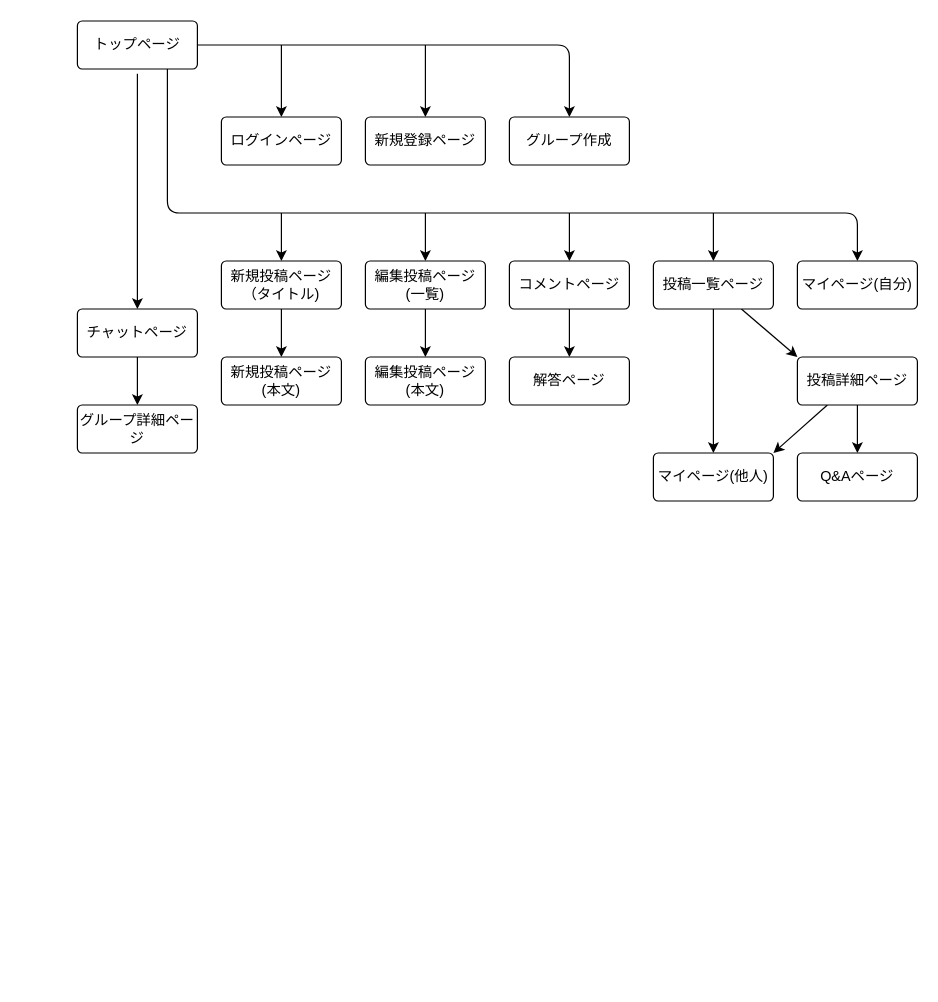
Before: PageTransition.dio in xcattleyax/free-seeker, a draw.io diagram. Source tidied: cells renumbered, new cells numbered last; positions are measured from the earlier drawing's top-left corner, leaving out a move shared by most shapes. Both pictures are drawn from the tidied source at 120%, with x=0, y=0 at pixel (77, 20).
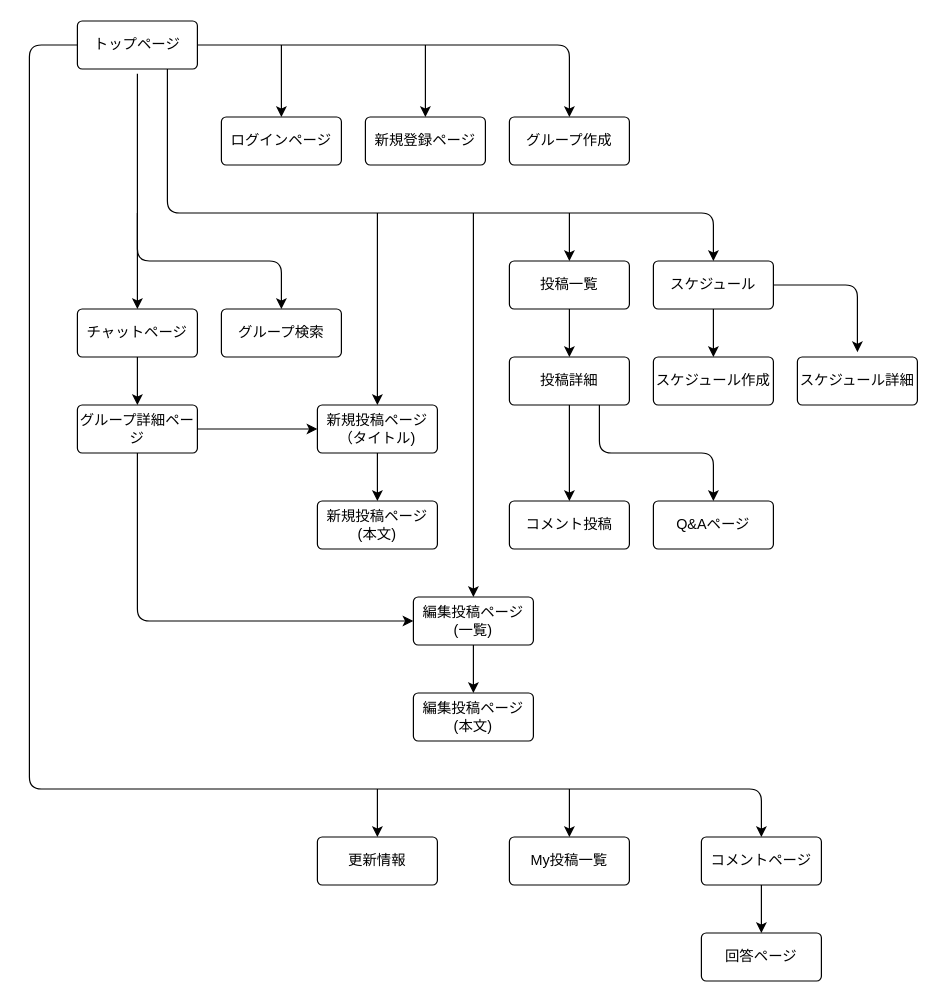
The same diagram, later.

The change refers to these unchanged cells:
```xml
<mxCell id="10" value="トップページ" style="rounded=1;arcSize=10;whiteSpace=wrap;html=1;align=center;" parent="1" vertex="1">
  <mxGeometry width="100" height="40" as="geometry" />
</mxCell>
<mxCell id="16" value="チャットページ" style="rounded=1;arcSize=10;whiteSpace=wrap;html=1;align=center;" parent="1" vertex="1">
  <mxGeometry y="240" width="100" height="40" as="geometry" />
</mxCell>
<mxCell id="35" value="グループ詳細ページ" style="rounded=1;arcSize=10;whiteSpace=wrap;html=1;align=center;" parent="1" vertex="1">
  <mxGeometry y="320" width="100" height="40" as="geometry" />
</mxCell>
```

Diff of the diagram source:
```diff
@@
-    <mxCell id="5" style="edgeStyle=none;html=1;entryX=0.5;entryY=0;entryDx=0;entryDy=0;" parent="1" edge="1" target="16">
+    <mxCell id="5" style="edgeStyle=none;html=1;entryX=0.5;entryY=0;entryDx=0;entryDy=0;" parent="1" edge="1" target="44">
       <mxGeometry relative="1" as="geometry">
         <mxPoint x="50" y="44" as="sourcePoint" />
+        <Array as="points">
+          <mxPoint x="50" y="200" />
+          <mxPoint x="170" y="200" />
+        </Array>
       </mxGeometry>
     </mxCell>
-    <mxCell id="6" style="edgeStyle=none;html=1;entryX=0.5;entryY=0;entryDx=0;entryDy=0;exitX=0.75;exitY=1;exitDx=0;exitDy=0;" parent="1" edge="1" source="10" target="30">
-      <mxGeometry relative="1" as="geometry">
-        <Array as="points">
-          <mxPoint x="75" y="160" />
-          <mxPoint x="650" y="160" />
-        </Array>
-      </mxGeometry>
-    </mxCell>
     <mxCell id="7" style="edgeStyle=none;html=1;entryX=0.5;entryY=0;entryDx=0;entryDy=0;" parent="1" edge="1" target="14">
       <mxGeometry relative="1" as="geometry">
-        <mxPoint x="170" y="160" as="sourcePoint" />
+        <mxPoint x="250" y="160" as="sourcePoint" />
       </mxGeometry>
     </mxCell>
     <mxCell id="8" style="edgeStyle=none;html=1;entryX=0.5;entryY=0;entryDx=0;entryDy=0;" parent="1" edge="1" target="18">
       <mxGeometry relative="1" as="geometry">
-        <mxPoint x="290" y="160" as="sourcePoint" />
+        <mxPoint x="330" y="160" as="sourcePoint" />
       </mxGeometry>
     </mxCell>
@@
+    <mxCell id="36" style="edgeStyle=none;html=1;exitX=0.75;exitY=1;exitDx=0;exitDy=0;entryX=0.5;entryY=0;entryDx=0;entryDy=0;" parent="1" edge="1" source="10" target="24">
+      <mxGeometry relative="1" as="geometry">
+        <Array as="points">
+          <mxPoint x="75" y="160" />
+          <mxPoint x="530" y="160" />
+        </Array>
+      </mxGeometry>
+    </mxCell>
+    <mxCell id="37" style="edgeStyle=none;html=1;entryX=0.5;entryY=0;entryDx=0;entryDy=0;" parent="1" edge="1" source="10" target="51">
+      <mxGeometry relative="1" as="geometry">
+        <Array as="points">
+          <mxPoint x="-40" y="20" />
+          <mxPoint x="-40" y="640" />
+          <mxPoint x="570" y="640" />
+        </Array>
+      </mxGeometry>
+    </mxCell>
@@
     <mxCell id="14" value="新規投稿ページ（タイトル)" style="rounded=1;arcSize=10;whiteSpace=wrap;html=1;align=center;" parent="1" vertex="1">
-      <mxGeometry x="120" y="200" width="100" height="40" as="geometry" />
+      <mxGeometry x="200" y="320" width="100" height="40" as="geometry" />
     </mxCell>
@@
+    <mxCell id="38" style="edgeStyle=none;html=1;entryX=0.5;entryY=0;entryDx=0;entryDy=0;" parent="1" edge="1" target="16">
+      <mxGeometry relative="1" as="geometry">
+        <mxPoint x="50" y="160" as="sourcePoint" />
+      </mxGeometry>
+    </mxCell>
@@
     <mxCell id="18" value="編集投稿ページ(一覧)" style="rounded=1;arcSize=10;whiteSpace=wrap;html=1;align=center;" parent="1" vertex="1">
-      <mxGeometry x="240" y="200" width="100" height="40" as="geometry" />
+      <mxGeometry x="280" y="480" width="100" height="40" as="geometry" />
     </mxCell>
@@
-    <mxCell id="20" value="コメントページ" style="rounded=1;arcSize=10;whiteSpace=wrap;html=1;align=center;" parent="1" vertex="1">
+    <mxCell id="20" value="投稿一覧" style="rounded=1;arcSize=10;whiteSpace=wrap;html=1;align=center;" parent="1" vertex="1">
       <mxGeometry x="360" y="200" width="100" height="40" as="geometry" />
     </mxCell>
-    <mxCell id="21" style="edgeStyle=none;html=1;entryX=0;entryY=0;entryDx=0;entryDy=0;" parent="1" edge="1" source="24" target="27">
-      <mxGeometry relative="1" as="geometry" />
+    <mxCell id="21" style="edgeStyle=none;html=1;" parent="1" edge="1" source="24">
+      <mxGeometry relative="1" as="geometry">
+        <mxPoint x="530" y="280" as="targetPoint" />
+      </mxGeometry>
     </mxCell>
-    <mxCell id="22" style="edgeStyle=none;html=1;endArrow=classic;endFill=1;entryX=0.5;entryY=0;entryDx=0;entryDy=0;" parent="1" edge="1" target="24">
-      <mxGeometry relative="1" as="geometry">
-        <mxPoint x="530" y="160" as="sourcePoint" />
-      </mxGeometry>
-    </mxCell>
-    <mxCell id="23" style="edgeStyle=none;html=1;entryX=0.5;entryY=0;entryDx=0;entryDy=0;endArrow=classic;endFill=1;" parent="1" edge="1" source="24" target="33">
-      <mxGeometry relative="1" as="geometry" />
-    </mxCell>
+    <mxCell id="39" style="edgeStyle=none;html=1;" parent="1" edge="1" source="24">
+      <mxGeometry relative="1" as="geometry">
+        <mxPoint x="650" y="276" as="targetPoint" />
+        <Array as="points">
+          <mxPoint x="650" y="220" />
+        </Array>
+      </mxGeometry>
+    </mxCell>
-    <mxCell id="24" value="投稿一覧ページ" style="rounded=1;arcSize=10;whiteSpace=wrap;html=1;align=center;" parent="1" vertex="1">
+    <mxCell id="24" value="スケジュール" style="rounded=1;arcSize=10;whiteSpace=wrap;html=1;align=center;" parent="1" vertex="1">
       <mxGeometry x="480" y="200" width="100" height="40" as="geometry" />
     </mxCell>
-    <mxCell id="25" style="edgeStyle=none;html=1;entryX=0.5;entryY=0;entryDx=0;entryDy=0;" parent="1" edge="1" source="27" target="29">
-      <mxGeometry relative="1" as="geometry" />
+    <mxCell id="25" style="edgeStyle=none;html=1;entryX=0.5;entryY=0;entryDx=0;entryDy=0;exitX=0.75;exitY=1;exitDx=0;exitDy=0;" parent="1" edge="1" source="28" target="29">
+      <mxGeometry relative="1" as="geometry">
+        <Array as="points">
+          <mxPoint x="435" y="360" />
+          <mxPoint x="530" y="360" />
+        </Array>
+      </mxGeometry>
     </mxCell>
-    <mxCell id="26" style="edgeStyle=none;html=1;entryX=1;entryY=0;entryDx=0;entryDy=0;endArrow=classic;endFill=1;exitX=0.25;exitY=1;exitDx=0;exitDy=0;" parent="1" edge="1" source="27" target="33">
-      <mxGeometry relative="1" as="geometry" />
-    </mxCell>
+    <mxCell id="40" style="edgeStyle=none;html=1;entryX=0.5;entryY=0;entryDx=0;entryDy=0;exitX=0.5;exitY=1;exitDx=0;exitDy=0;" parent="1" edge="1" source="28" target="43">
+      <mxGeometry relative="1" as="geometry" />
+    </mxCell>
-    <mxCell id="27" value="投稿詳細ページ" style="rounded=1;arcSize=10;whiteSpace=wrap;html=1;align=center;" parent="1" vertex="1">
+    <mxCell id="27" value="スケジュール詳細" style="rounded=1;arcSize=10;whiteSpace=wrap;html=1;align=center;" parent="1" vertex="1">
       <mxGeometry x="600" y="280" width="100" height="40" as="geometry" />
     </mxCell>
-    <mxCell id="28" value="解答ページ" style="rounded=1;arcSize=10;whiteSpace=wrap;html=1;align=center;" parent="1" vertex="1">
+    <mxCell id="28" value="投稿詳細" style="rounded=1;arcSize=10;whiteSpace=wrap;html=1;align=center;" parent="1" vertex="1">
       <mxGeometry x="360" y="280" width="100" height="40" as="geometry" />
     </mxCell>
     <mxCell id="29" value="Q&amp;amp;Aページ" style="rounded=1;arcSize=10;whiteSpace=wrap;html=1;align=center;" parent="1" vertex="1">
-      <mxGeometry x="600" y="360" width="100" height="40" as="geometry" />
+      <mxGeometry x="480" y="400" width="100" height="40" as="geometry" />
     </mxCell>
-    <mxCell id="30" value="マイページ(自分)" style="rounded=1;arcSize=10;whiteSpace=wrap;html=1;align=center;" parent="1" vertex="1">
-      <mxGeometry x="600" y="200" width="100" height="40" as="geometry" />
-    </mxCell>
     <mxCell id="31" value="新規投稿ページ(本文)" style="rounded=1;arcSize=10;whiteSpace=wrap;html=1;align=center;" parent="1" vertex="1">
-      <mxGeometry x="120" y="280" width="100" height="40" as="geometry" />
+      <mxGeometry x="200" y="400" width="100" height="40" as="geometry" />
     </mxCell>
     <mxCell id="32" value="編集投稿ページ(本文)" style="rounded=1;arcSize=10;whiteSpace=wrap;html=1;align=center;" parent="1" vertex="1">
-      <mxGeometry x="240" y="280" width="100" height="40" as="geometry" />
+      <mxGeometry x="280" y="560" width="100" height="40" as="geometry" />
     </mxCell>
-    <mxCell id="33" value="マイページ(他人)" style="rounded=1;arcSize=10;whiteSpace=wrap;html=1;align=center;" parent="1" vertex="1">
-      <mxGeometry x="480" y="360" width="100" height="40" as="geometry" />
-    </mxCell>
@@
+    <mxCell id="41" style="edgeStyle=none;html=1;entryX=0;entryY=0.5;entryDx=0;entryDy=0;" parent="1" edge="1" source="35" target="14">
+      <mxGeometry relative="1" as="geometry" />
+    </mxCell>
+    <mxCell id="42" style="edgeStyle=none;html=1;entryX=0;entryY=0.5;entryDx=0;entryDy=0;" parent="1" edge="1" source="35" target="18">
+      <mxGeometry relative="1" as="geometry">
+        <Array as="points">
+          <mxPoint x="50" y="500" />
+        </Array>
+      </mxGeometry>
+    </mxCell>
@@
+    <mxCell id="43" value="コメント投稿" style="rounded=1;arcSize=10;whiteSpace=wrap;html=1;align=center;" parent="1" vertex="1">
+      <mxGeometry x="360" y="400" width="100" height="40" as="geometry" />
+    </mxCell>
+    <mxCell id="44" value="グループ検索" style="rounded=1;arcSize=10;whiteSpace=wrap;html=1;align=center;" parent="1" vertex="1">
+      <mxGeometry x="120" y="240" width="100" height="40" as="geometry" />
+    </mxCell>
+    <mxCell id="45" value="スケジュール作成" style="rounded=1;arcSize=10;whiteSpace=wrap;html=1;align=center;" parent="1" vertex="1">
+      <mxGeometry x="480" y="280" width="100" height="40" as="geometry" />
+    </mxCell>
+    <mxCell id="46" style="edgeStyle=none;html=1;entryX=0.5;entryY=0;entryDx=0;entryDy=0;" parent="1" edge="1" target="47">
+      <mxGeometry relative="1" as="geometry">
+        <mxPoint x="250" y="640" as="sourcePoint" />
+      </mxGeometry>
+    </mxCell>
+    <mxCell id="47" value="更新情報" style="rounded=1;arcSize=10;whiteSpace=wrap;html=1;align=center;" parent="1" vertex="1">
+      <mxGeometry x="200" y="680" width="100" height="40" as="geometry" />
+    </mxCell>
+    <mxCell id="48" style="edgeStyle=none;html=1;entryX=0.5;entryY=0;entryDx=0;entryDy=0;" parent="1" edge="1" target="49">
+      <mxGeometry relative="1" as="geometry">
+        <mxPoint x="410" y="640" as="sourcePoint" />
+      </mxGeometry>
+    </mxCell>
+    <mxCell id="49" value="My投稿一覧" style="rounded=1;arcSize=10;whiteSpace=wrap;html=1;align=center;" parent="1" vertex="1">
+      <mxGeometry x="360" y="680" width="100" height="40" as="geometry" />
+    </mxCell>
+    <mxCell id="50" style="edgeStyle=none;html=1;entryX=0.5;entryY=0;entryDx=0;entryDy=0;" parent="1" edge="1" source="51" target="52">
+      <mxGeometry relative="1" as="geometry" />
+    </mxCell>
+    <mxCell id="51" value="コメントページ" style="rounded=1;arcSize=10;whiteSpace=wrap;html=1;align=center;" parent="1" vertex="1">
+      <mxGeometry x="520" y="680" width="100" height="40" as="geometry" />
+    </mxCell>
+    <mxCell id="52" value="回答ページ" style="rounded=1;arcSize=10;whiteSpace=wrap;html=1;align=center;" parent="1" vertex="1">
+      <mxGeometry x="520" y="760" width="100" height="40" as="geometry" />
+    </mxCell>
```
